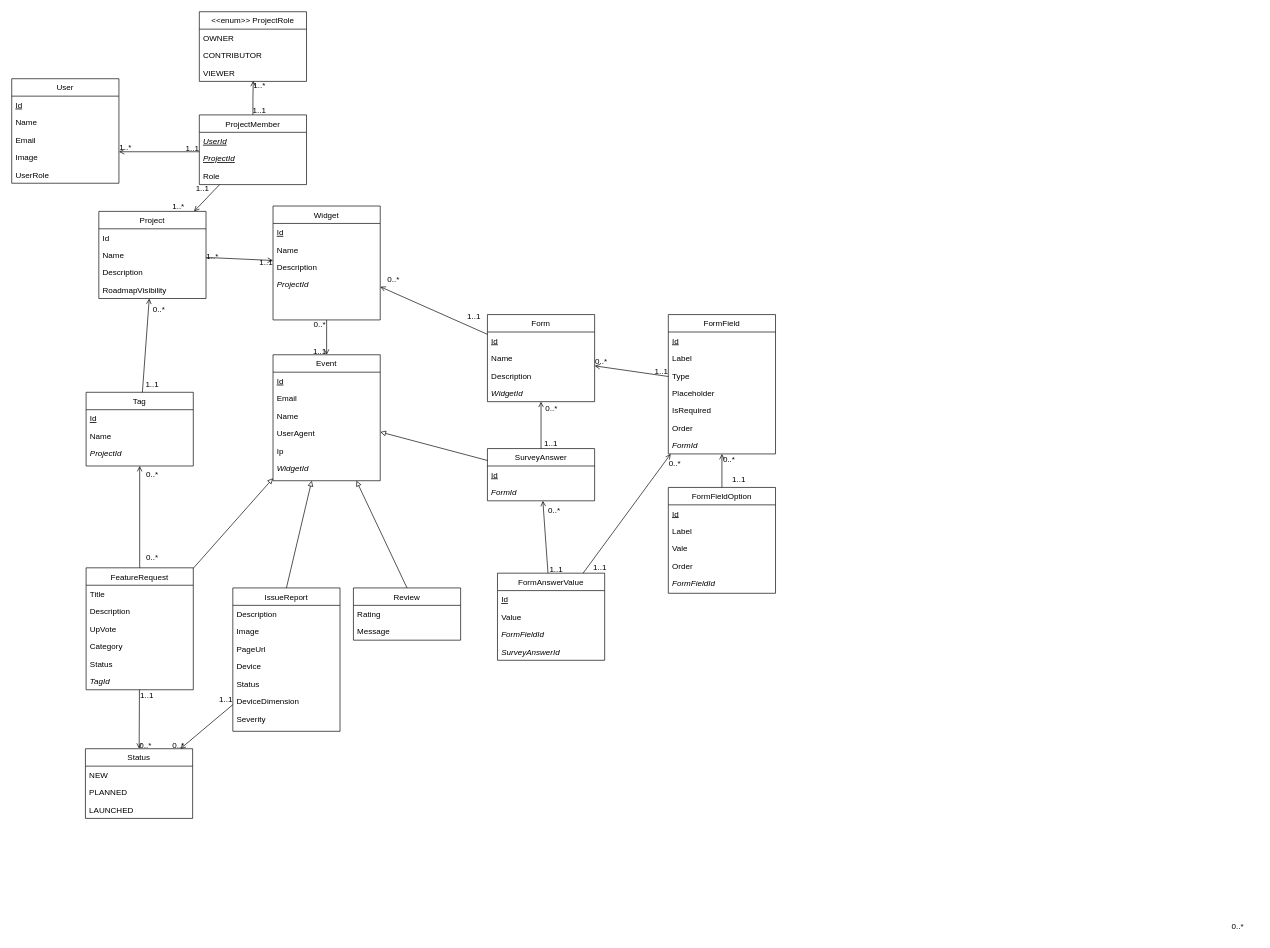
The draw.io diagram doc/database.drawio in Baptiiiiste/Echo, before the edit. Source tidied: cells renumbered, new cells numbered last; positions are measured from the earlier drawing's top-left corner, leaving out a move shared by most shapes. Both pictures are drawn from the tidied source at 67%, with x=0, y=0 at pixel (11, 11).
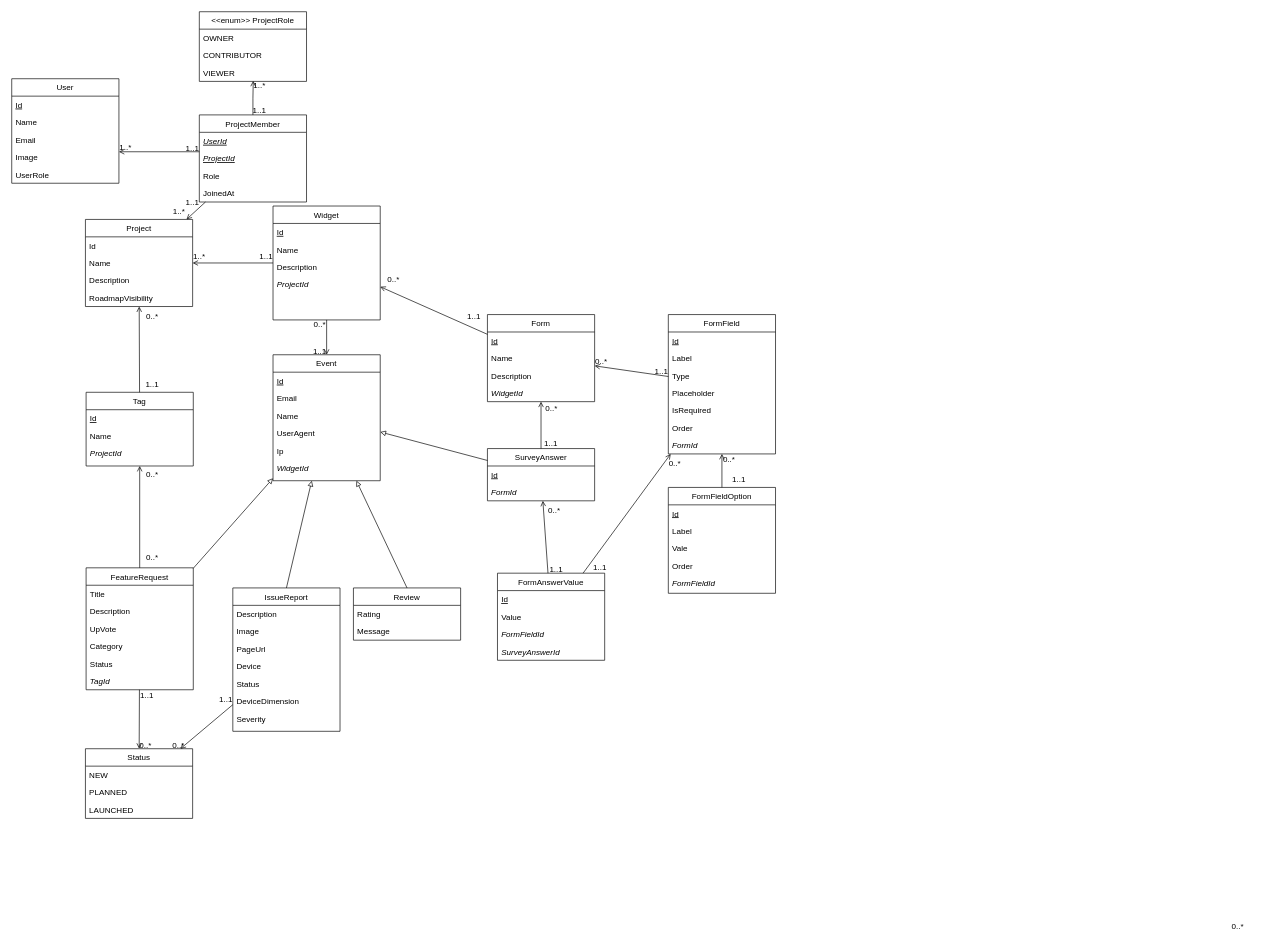
Above is the later version.

The change refers to these unchanged cells:
```xml
<mxCell id="23" value="Widget" style="swimlane;fontStyle=0;align=center;verticalAlign=top;horizontal=1;startSize=26;rounded=0;shadow=0;strokeWidth=1;" parent="1" vertex="1">
  <mxGeometry x="390" y="290" width="160" height="170" as="geometry" />
</mxCell>
```

Change to the diagram source:
```diff
@@
     <mxCell id="8" value="ProjectMember" style="swimlane;fontStyle=0;align=center;verticalAlign=top;horizontal=1;startSize=26;rounded=0;shadow=0;strokeWidth=1;" parent="1" vertex="1">
-      <mxGeometry x="280" y="154" width="160" height="104" as="geometry" />
+      <mxGeometry x="280" y="154" width="160" height="130" as="geometry" />
     </mxCell>
@@
+    <mxCell id="136" value="JoinedAt" style="text;align=left;verticalAlign=top;spacingLeft=4;spacingRight=4;overflow=hidden;fontStyle=0;" parent="8" vertex="1">
+      <mxGeometry y="104" width="160" height="26" as="geometry" />
+    </mxCell>
     <mxCell id="12" value="Project" style="swimlane;fontStyle=0;align=center;verticalAlign=top;horizontal=1;startSize=26;rounded=0;shadow=0;strokeWidth=1;" parent="1" vertex="1">
-      <mxGeometry x="130" y="298" width="160" height="130" as="geometry" />
+      <mxGeometry x="110" y="310" width="160" height="130" as="geometry" />
     </mxCell>
@@
     <mxCell id="28" value="1..*" style="text;html=1;whiteSpace=wrap;strokeColor=none;fillColor=none;align=center;verticalAlign=middle;rounded=0;" parent="1" vertex="1">
-      <mxGeometry x="219" y="276" width="60" height="30" as="geometry" />
+      <mxGeometry x="220" y="284" width="60" height="30" as="geometry" />
     </mxCell>
     <mxCell id="29" value="1..1" style="text;html=1;whiteSpace=wrap;strokeColor=none;fillColor=none;align=center;verticalAlign=middle;rounded=0;" parent="1" vertex="1">
-      <mxGeometry x="255" y="249" width="60" height="30" as="geometry" />
+      <mxGeometry x="240" y="270" width="60" height="30" as="geometry" />
     </mxCell>
@@
     <mxCell id="34" value="1..*" style="text;html=1;whiteSpace=wrap;strokeColor=none;fillColor=none;align=center;verticalAlign=middle;rounded=0;" parent="1" vertex="1">
-      <mxGeometry x="270" y="351" width="60" height="30" as="geometry" />
+      <mxGeometry x="250" y="350" width="60" height="30" as="geometry" />
     </mxCell>
     <mxCell id="35" value="1..1" style="text;html=1;whiteSpace=wrap;strokeColor=none;fillColor=none;align=center;verticalAlign=middle;rounded=0;" parent="1" vertex="1">
-      <mxGeometry x="350" y="360" width="60" height="30" as="geometry" />
+      <mxGeometry x="350" y="350" width="60" height="30" as="geometry" />
     </mxCell>
@@
-    <mxCell id="88" style="endArrow=open;html=1;rounded=0;endFill=0;" parent="1" edge="1" source="12" target="23">
+    <mxCell id="88" style="endArrow=none;html=1;rounded=0;endFill=0;startArrow=open;startFill=0;" parent="1" edge="1" source="12" target="23">
       <mxGeometry relative="1" as="geometry" />
     </mxCell>
@@
     <mxCell id="92" value="0..*" style="text;html=1;whiteSpace=wrap;strokeColor=none;fillColor=none;align=center;verticalAlign=middle;rounded=0;" parent="1" vertex="1">
-      <mxGeometry x="190" y="430" width="60" height="30" as="geometry" />
+      <mxGeometry x="180" y="440" width="60" height="30" as="geometry" />
     </mxCell>
```
